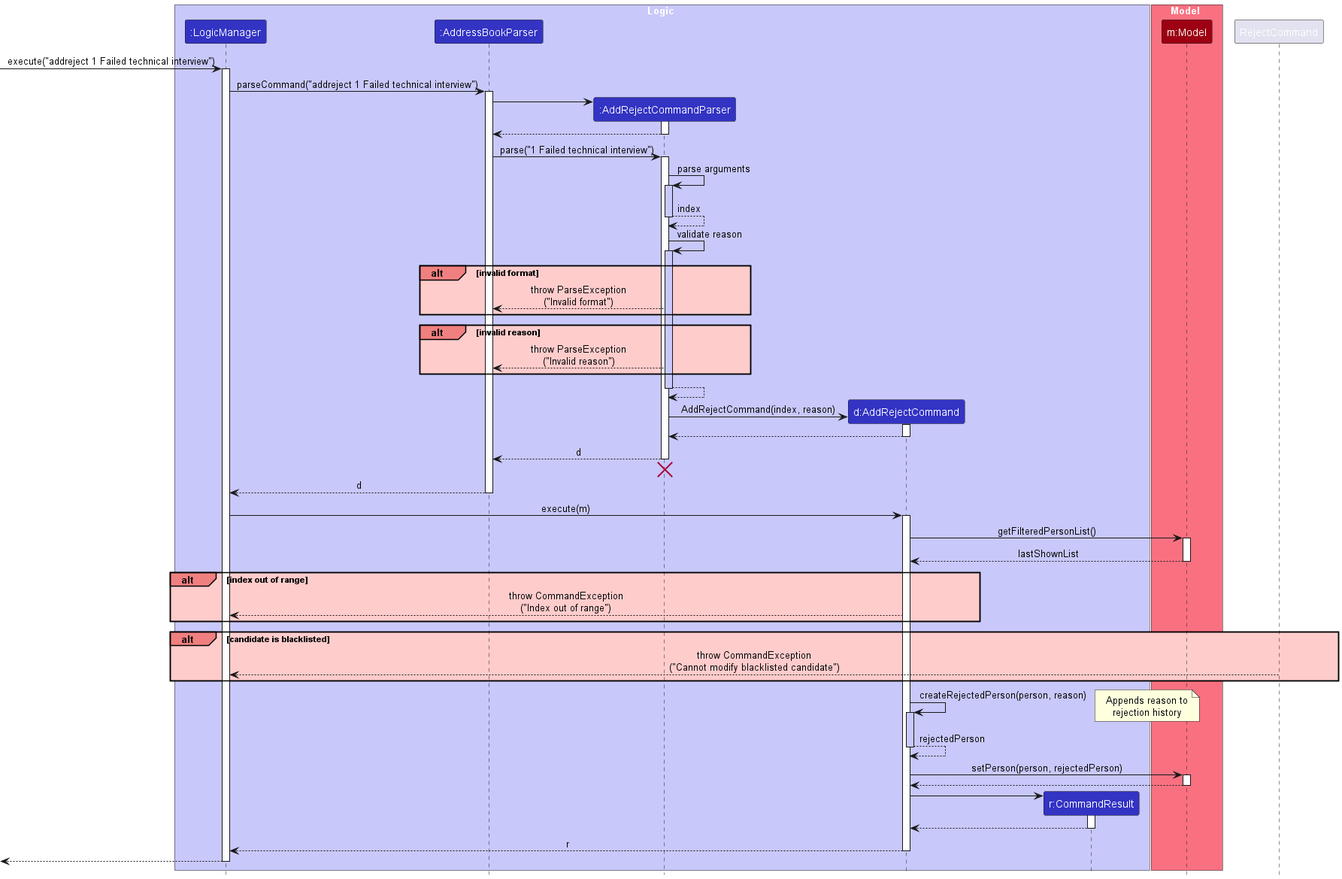
Earlier version of the PlantUML export docs/images/RejectSequenceDiagram.png (therealniru/tp). Its diagram source:
```plantuml
@startuml
!include style.puml
skinparam ArrowFontStyle plain

box Logic LOGIC_COLOR_T1
participant ":LogicManager" as LogicManager LOGIC_COLOR
participant ":AddressBookParser" as AddressBookParser LOGIC_COLOR
participant ":AddRejectCommandParser" as AddRejectCommandParser LOGIC_COLOR
participant "d:AddRejectCommand" as AddRejectCommand LOGIC_COLOR
participant "r:CommandResult" as CommandResult LOGIC_COLOR
end box

box Model MODEL_COLOR_T1
participant "m:Model" as Model MODEL_COLOR
end box

[-> LogicManager : execute("addreject 1 Failed technical interview")
activate LogicManager

LogicManager -> AddressBookParser : parseCommand("addreject 1 Failed technical interview")
activate AddressBookParser

create AddRejectCommandParser
AddressBookParser -> AddRejectCommandParser
activate AddRejectCommandParser

AddRejectCommandParser --> AddressBookParser
deactivate AddRejectCommandParser

AddressBookParser -> AddRejectCommandParser : parse("1 Failed technical interview")
activate AddRejectCommandParser

AddRejectCommandParser -> AddRejectCommandParser : parse arguments
activate AddRejectCommandParser #C8C8FA
AddRejectCommandParser --> AddRejectCommandParser : index
deactivate AddRejectCommandParser

AddRejectCommandParser -> AddRejectCommandParser : validate reason
activate AddRejectCommandParser #C8C8FA

alt#LightCoral #FFCCCC invalid format
    AddRejectCommandParser --> AddressBookParser : throw ParseException\n("Invalid format")
end

alt#LightCoral #FFCCCC invalid reason
    AddRejectCommandParser --> AddressBookParser : throw ParseException\n("Invalid reason")
end

AddRejectCommandParser --> AddRejectCommandParser
deactivate AddRejectCommandParser

create AddRejectCommand
AddRejectCommandParser -> AddRejectCommand : AddRejectCommand(index, reason)
activate AddRejectCommand

AddRejectCommand --> AddRejectCommandParser
deactivate AddRejectCommand

AddRejectCommandParser --> AddressBookParser : d
deactivate AddRejectCommandParser
AddRejectCommandParser -[hidden]-> AddressBookParser
destroy AddRejectCommandParser

AddressBookParser --> LogicManager : d
deactivate AddressBookParser

LogicManager -> AddRejectCommand : execute(m)
activate AddRejectCommand

AddRejectCommand -> Model : getFilteredPersonList()
activate Model

Model --> AddRejectCommand : lastShownList
deactivate Model

alt#LightCoral #FFCCCC index out of range
    AddRejectCommand --> LogicManager : throw CommandException\n("Index out of range")
end

alt#LightCoral #FFCCCC candidate is blacklisted
    RejectCommand --> LogicManager : throw CommandException\n("Cannot modify blacklisted candidate")
end

AddRejectCommand -> AddRejectCommand : createRejectedPerson(person, reason)
activate AddRejectCommand #C8C8FA
note right
  Appends reason to
  rejection history
end note
AddRejectCommand --> AddRejectCommand : rejectedPerson
deactivate AddRejectCommand

AddRejectCommand -> Model : setPerson(person, rejectedPerson)
activate Model

Model --> AddRejectCommand
deactivate Model

create CommandResult
AddRejectCommand -> CommandResult
activate CommandResult

CommandResult --> AddRejectCommand
deactivate CommandResult

AddRejectCommand --> LogicManager : r
deactivate AddRejectCommand

[<--LogicManager
deactivate LogicManager
@enduml
```
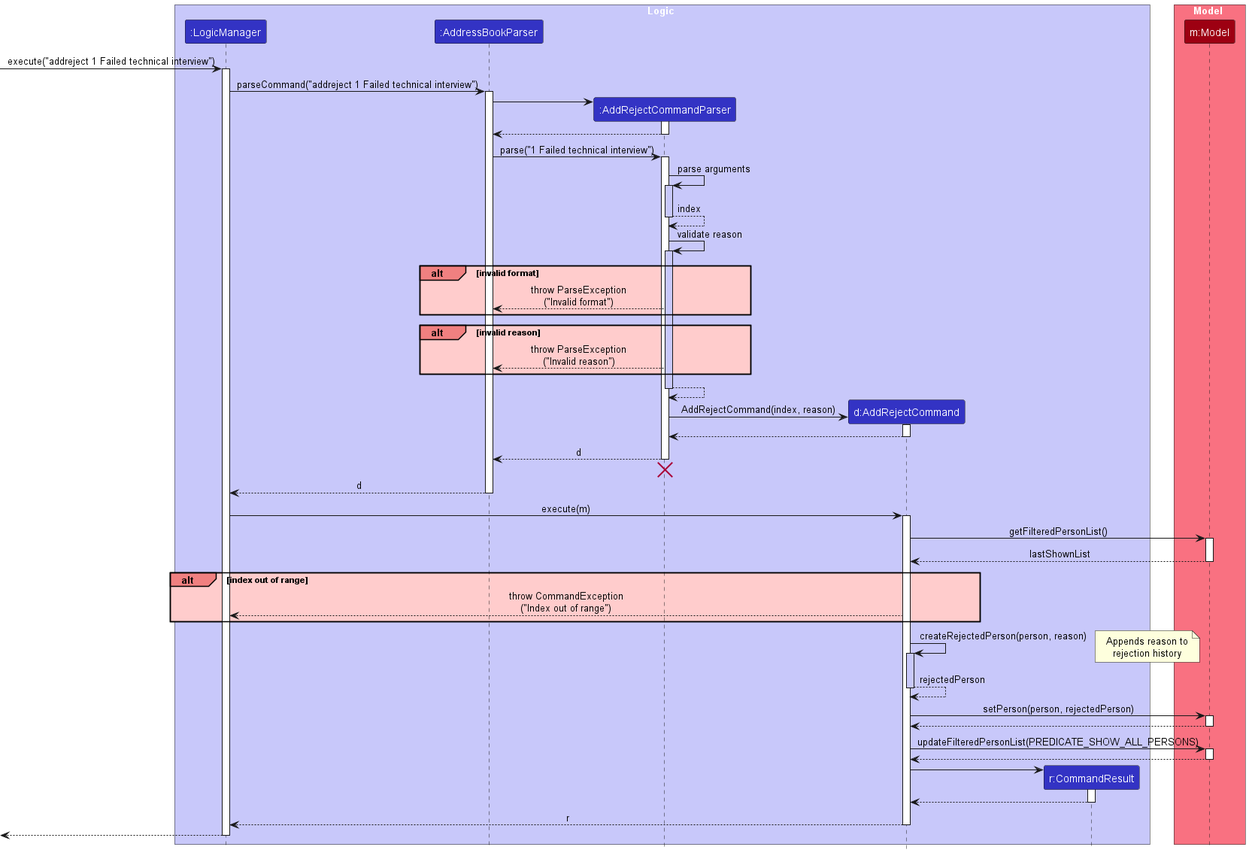
Later version of the same file.

The edit, as a diff of the source:
```diff
@@ -77,10 +77,6 @@
     AddRejectCommand --> LogicManager : throw CommandException\n("Index out of range")
 end
 
-alt#LightCoral #FFCCCC candidate is blacklisted
-    RejectCommand --> LogicManager : throw CommandException\n("Cannot modify blacklisted candidate")
-end
-
 AddRejectCommand -> AddRejectCommand : createRejectedPerson(person, reason)
 activate AddRejectCommand #C8C8FA
 note right
@@ -93,6 +89,11 @@
 AddRejectCommand -> Model : setPerson(person, rejectedPerson)
 activate Model
 
+Model --> AddRejectCommand
+deactivate Model
+
+AddRejectCommand -> Model : updateFilteredPersonList(PREDICATE_SHOW_ALL_PERSONS)
+activate Model
 Model --> AddRejectCommand
 deactivate Model
 
```
